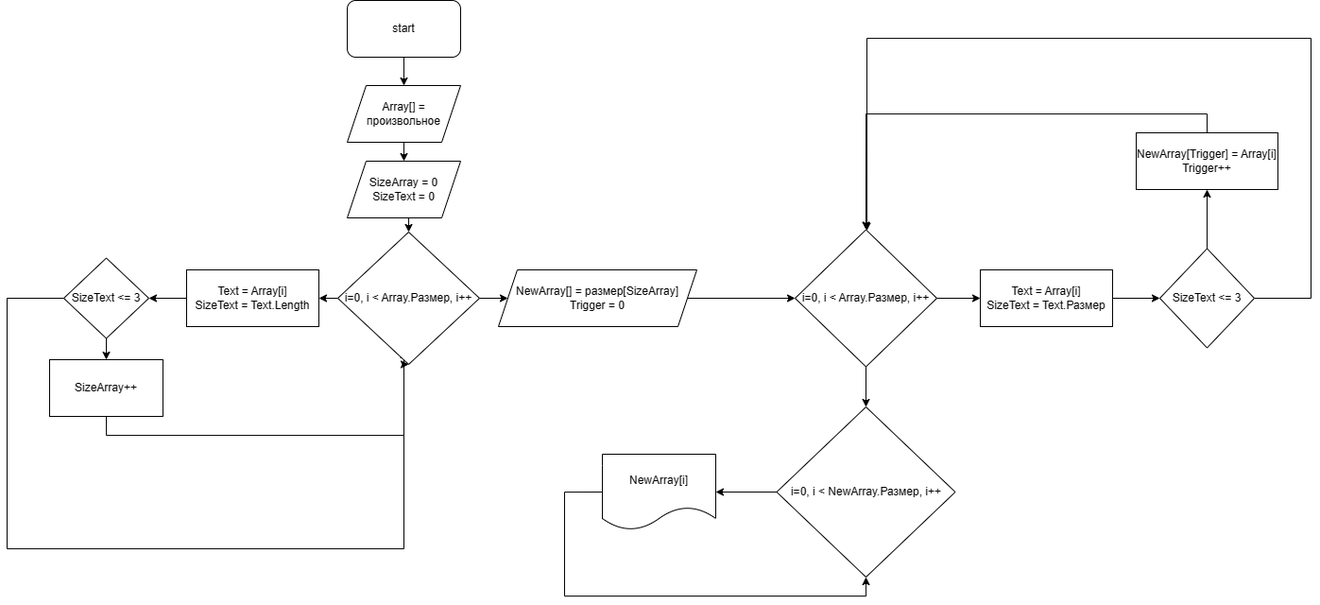
Before: Scheme.png, a diagram exported from draw.io (BlishunAlexandr/Final-test-work-on-the-main-block). Source tidied: cells renumbered, new cells last; positions are measured from the earlier drawing's top-left corner, leaving out a move shared by most shapes.
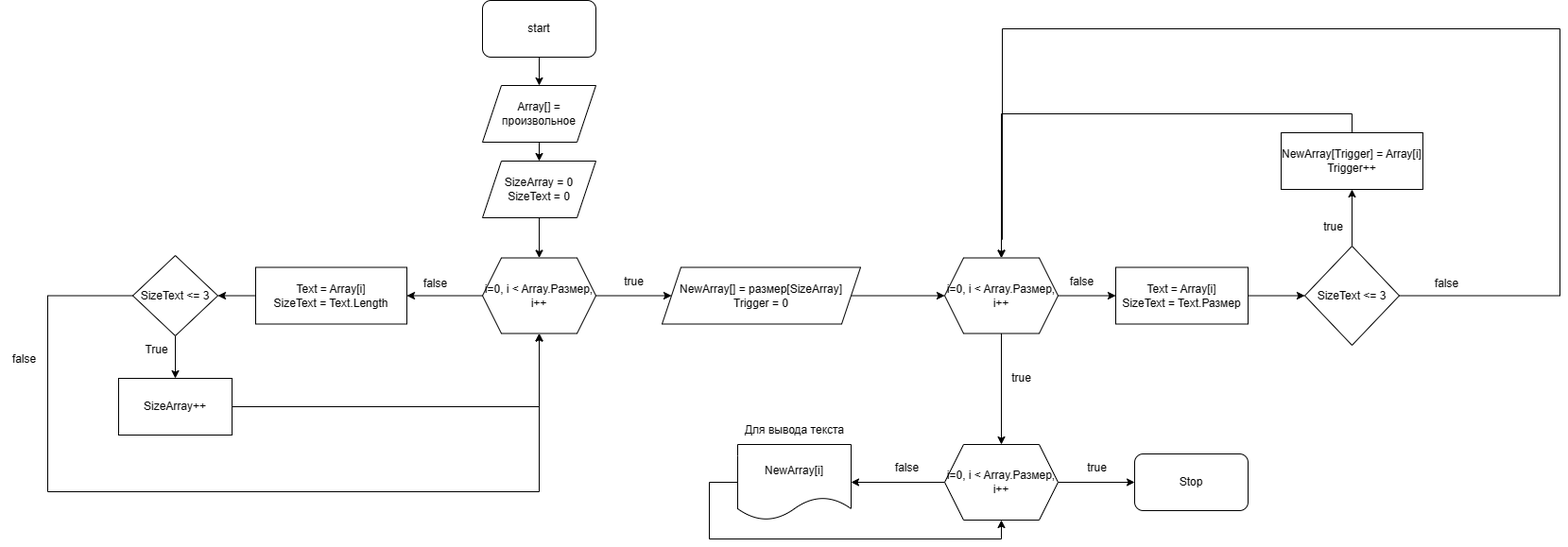
The same file after the commit.

Diff of the diagram source:
```diff
@@ -8,9 +8,9 @@
     <mxCell id="3" value="start" style="rounded=1;whiteSpace=wrap;html=1;" parent="1" vertex="1">
       <mxGeometry x="360" width="120" height="60" as="geometry" />
     </mxCell>
-    <mxCell id="4" style="edgeStyle=orthogonalEdgeStyle;rounded=0;jettySize=auto;html=1;exitX=0.5;exitY=1;exitDx=0;exitDy=0;entryX=0.5;entryY=0;entryDx=0;entryDy=0;" parent="1" edge="1" source="5" target="19">
-      <mxGeometry relative="1" as="geometry" />
-    </mxCell>
+    <mxCell id="34" style="edgeStyle=orthogonalEdgeStyle;rounded=0;jettySize=auto;html=1;exitX=0.5;exitY=1;exitDx=0;exitDy=0;entryX=0.5;entryY=0;entryDx=0;entryDy=0;" parent="1" edge="1" source="5" target="44">
+      <mxGeometry relative="1" as="geometry" />
+    </mxCell>
     <mxCell id="5" value="SizeArray = 0&lt;br&gt;SizeText = 0" style="shape=parallelogram;perimeter=parallelogramPerimeter;whiteSpace=wrap;html=1;fixedSize=1;" parent="1" vertex="1">
       <mxGeometry x="360" y="170" width="120" height="60" as="geometry" />
     </mxCell>
@@ -20,103 +20,142 @@
     <mxCell id="7" value="Array[] = произвольное" style="shape=parallelogram;perimeter=parallelogramPerimeter;whiteSpace=wrap;html=1;fixedSize=1;" parent="1" vertex="1">
       <mxGeometry x="360" y="90" width="120" height="60" as="geometry" />
     </mxCell>
-    <mxCell id="8" style="edgeStyle=orthogonalEdgeStyle;rounded=0;jettySize=auto;html=1;exitX=0;exitY=0.5;exitDx=0;exitDy=0;entryX=1;entryY=0.5;entryDx=0;entryDy=0;" parent="1" edge="1" source="9" target="12">
-      <mxGeometry relative="1" as="geometry" />
-    </mxCell>
-    <mxCell id="9" value="Text = Array[i]&lt;br&gt;SizeText = Text.Length" style="rounded=0;whiteSpace=wrap;html=1;" parent="1" vertex="1">
-      <mxGeometry x="190" y="285" width="140" height="60" as="geometry" />
-    </mxCell>
     <mxCell id="10" style="edgeStyle=orthogonalEdgeStyle;rounded=0;jettySize=auto;html=1;exitX=0.5;exitY=1;exitDx=0;exitDy=0;entryX=0.5;entryY=0;entryDx=0;entryDy=0;" parent="1" edge="1" source="12" target="14">
       <mxGeometry relative="1" as="geometry" />
     </mxCell>
-    <mxCell id="11" style="edgeStyle=orthogonalEdgeStyle;rounded=0;jettySize=auto;html=1;exitX=0;exitY=0.5;exitDx=0;exitDy=0;entryX=0.5;entryY=1;entryDx=0;entryDy=0;" parent="1" edge="1" source="12" target="19">
-      <mxGeometry relative="1" as="geometry">
-        <Array as="points">
-          <mxPoint y="315" />
-          <mxPoint y="580" />
-          <mxPoint x="420" y="580" />
-        </Array>
-      </mxGeometry>
-    </mxCell>
+    <mxCell id="35" style="edgeStyle=orthogonalEdgeStyle;rounded=0;jettySize=auto;html=1;exitX=0;exitY=0.5;exitDx=0;exitDy=0;entryX=0.5;entryY=1;entryDx=0;entryDy=0;" parent="1" edge="1" source="12" target="44">
+      <mxGeometry relative="1" as="geometry">
+        <Array as="points">
+          <mxPoint x="-100" y="313" />
+          <mxPoint x="-100" y="520" />
+          <mxPoint x="420" y="520" />
+        </Array>
+      </mxGeometry>
+    </mxCell>
     <mxCell id="12" value="SizeText &amp;lt;= 3" style="rhombus;whiteSpace=wrap;html=1;" parent="1" vertex="1">
-      <mxGeometry x="60" y="272.5" width="90" height="85" as="geometry" />
+      <mxGeometry x="-10" y="270" width="90" height="85" as="geometry" />
     </mxCell>
-    <mxCell id="13" style="edgeStyle=orthogonalEdgeStyle;rounded=0;jettySize=auto;html=1;exitX=0.5;exitY=1;exitDx=0;exitDy=0;" parent="1" edge="1" source="14">
-      <mxGeometry relative="1" as="geometry">
-        <mxPoint x="420" y="370" as="targetPoint" />
-      </mxGeometry>
-    </mxCell>
+    <mxCell id="36" style="edgeStyle=orthogonalEdgeStyle;rounded=0;jettySize=auto;html=1;entryX=0.5;entryY=1;entryDx=0;entryDy=0;" parent="1" edge="1" source="14" target="44">
+      <mxGeometry relative="1" as="geometry" />
+    </mxCell>
     <mxCell id="14" value="SizeArray++" style="rounded=0;whiteSpace=wrap;html=1;" parent="1" vertex="1">
-      <mxGeometry x="45" y="380" width="120" height="60" as="geometry" />
+      <mxGeometry x="-25" y="400" width="120" height="60" as="geometry" />
     </mxCell>
-    <mxCell id="15" style="edgeStyle=orthogonalEdgeStyle;rounded=0;jettySize=auto;html=1;exitX=1;exitY=0.5;exitDx=0;exitDy=0;entryX=0;entryY=0.5;entryDx=0;entryDy=0;" parent="1" edge="1" source="16" target="22">
-      <mxGeometry relative="1" as="geometry" />
-    </mxCell>
+    <mxCell id="37" style="edgeStyle=orthogonalEdgeStyle;rounded=0;jettySize=auto;html=1;exitX=1;exitY=0.5;exitDx=0;exitDy=0;" parent="1" edge="1" source="16" target="47">
+      <mxGeometry relative="1" as="geometry" />
+    </mxCell>
     <mxCell id="16" value="NewArray[] = размер[SizeArray]&lt;br&gt;Trigger = 0" style="shape=parallelogram;perimeter=parallelogramPerimeter;whiteSpace=wrap;html=1;fixedSize=1;" parent="1" vertex="1">
-      <mxGeometry x="520" y="285" width="210" height="60" as="geometry" />
+      <mxGeometry x="550" y="282.5" width="210" height="60" as="geometry" />
     </mxCell>
-    <mxCell id="17" style="edgeStyle=orthogonalEdgeStyle;rounded=0;jettySize=auto;html=1;exitX=1;exitY=0.5;exitDx=0;exitDy=0;" parent="1" edge="1" source="19" target="16">
-      <mxGeometry relative="1" as="geometry" />
-    </mxCell>
-    <mxCell id="18" style="edgeStyle=orthogonalEdgeStyle;rounded=0;jettySize=auto;html=1;exitX=0;exitY=0.5;exitDx=0;exitDy=0;entryX=1;entryY=0.5;entryDx=0;entryDy=0;" parent="1" edge="1" source="19" target="9">
-      <mxGeometry relative="1" as="geometry" />
-    </mxCell>
-    <mxCell id="19" value="i=0, i &amp;lt; Array.Размер, i++" style="rhombus;whiteSpace=wrap;html=1;" parent="1" vertex="1">
-      <mxGeometry x="350" y="245" width="150" height="140" as="geometry" />
-    </mxCell>
-    <mxCell id="20" style="edgeStyle=orthogonalEdgeStyle;rounded=0;jettySize=auto;html=1;exitX=1;exitY=0.5;exitDx=0;exitDy=0;entryX=0;entryY=0.5;entryDx=0;entryDy=0;" parent="1" edge="1" source="22" target="24">
-      <mxGeometry relative="1" as="geometry" />
-    </mxCell>
-    <mxCell id="21" style="edgeStyle=orthogonalEdgeStyle;rounded=0;jettySize=auto;html=1;exitX=0.5;exitY=1;exitDx=0;exitDy=0;entryX=0.5;entryY=0;entryDx=0;entryDy=0;" parent="1" edge="1" source="22" target="31">
-      <mxGeometry relative="1" as="geometry" />
-    </mxCell>
-    <mxCell id="22" value="i=0, i &amp;lt; Array.Размер, i++" style="rhombus;whiteSpace=wrap;html=1;" parent="1" vertex="1">
-      <mxGeometry x="834" y="242.5" width="150" height="145" as="geometry" />
-    </mxCell>
     <mxCell id="23" style="edgeStyle=orthogonalEdgeStyle;rounded=0;jettySize=auto;html=1;exitX=1;exitY=0.5;exitDx=0;exitDy=0;" parent="1" edge="1" source="24" target="27">
       <mxGeometry relative="1" as="geometry" />
     </mxCell>
     <mxCell id="24" value="Text = Array[i]&lt;br&gt;SizeText = Text.Размер" style="rounded=0;whiteSpace=wrap;html=1;" parent="1" vertex="1">
-      <mxGeometry x="1030" y="285" width="140" height="60" as="geometry" />
+      <mxGeometry x="1030" y="282.5" width="140" height="60" as="geometry" />
     </mxCell>
     <mxCell id="25" style="edgeStyle=orthogonalEdgeStyle;rounded=0;jettySize=auto;html=1;exitX=0.5;exitY=0;exitDx=0;exitDy=0;entryX=0.5;entryY=1;entryDx=0;entryDy=0;" parent="1" edge="1" source="27" target="29">
       <mxGeometry relative="1" as="geometry" />
     </mxCell>
-    <mxCell id="26" style="edgeStyle=orthogonalEdgeStyle;rounded=0;jettySize=auto;html=1;exitX=1;exitY=0.5;exitDx=0;exitDy=0;" parent="1" edge="1" source="27" target="22">
-      <mxGeometry relative="1" as="geometry">
-        <Array as="points">
-          <mxPoint x="1380" y="315" />
-          <mxPoint x="1380" y="40" />
-          <mxPoint x="910" y="40" />
-        </Array>
-      </mxGeometry>
-    </mxCell>
+    <mxCell id="38" style="edgeStyle=orthogonalEdgeStyle;rounded=0;jettySize=auto;html=1;exitX=1;exitY=0.5;exitDx=0;exitDy=0;entryX=0.5;entryY=0;entryDx=0;entryDy=0;" parent="1" edge="1" source="27" target="47">
+      <mxGeometry relative="1" as="geometry">
+        <Array as="points">
+          <mxPoint x="1500" y="313" />
+          <mxPoint x="1500" y="30" />
+          <mxPoint x="910" y="30" />
+          <mxPoint x="910" y="253" />
+          <mxPoint x="909" y="253" />
+        </Array>
+      </mxGeometry>
+    </mxCell>
     <mxCell id="27" value="SizeText &amp;lt;= 3" style="rhombus;whiteSpace=wrap;html=1;" parent="1" vertex="1">
-      <mxGeometry x="1220" y="262.5" width="100" height="105" as="geometry" />
+      <mxGeometry x="1230" y="260" width="100" height="105" as="geometry" />
     </mxCell>
-    <mxCell id="28" style="edgeStyle=orthogonalEdgeStyle;rounded=0;jettySize=auto;html=1;exitX=0.5;exitY=0;exitDx=0;exitDy=0;entryX=0.5;entryY=0;entryDx=0;entryDy=0;" parent="1" edge="1" source="29" target="22">
-      <mxGeometry relative="1" as="geometry" />
-    </mxCell>
+    <mxCell id="39" style="edgeStyle=orthogonalEdgeStyle;rounded=0;jettySize=auto;html=1;exitX=0.5;exitY=0;exitDx=0;exitDy=0;entryX=0.5;entryY=0;entryDx=0;entryDy=0;" parent="1" edge="1" source="29" target="47">
+      <mxGeometry relative="1" as="geometry" />
+    </mxCell>
     <mxCell id="29" value="NewArray[Trigger] = Array[i]&lt;br&gt;Trigger++" style="rounded=0;whiteSpace=wrap;html=1;" parent="1" vertex="1">
-      <mxGeometry x="1195" y="140" width="150" height="60" as="geometry" />
+      <mxGeometry x="1205" y="140" width="150" height="60" as="geometry" />
     </mxCell>
-    <mxCell id="30" style="edgeStyle=orthogonalEdgeStyle;rounded=0;jettySize=auto;html=1;exitX=0;exitY=0.5;exitDx=0;exitDy=0;" parent="1" edge="1" source="31" target="33">
-      <mxGeometry relative="1" as="geometry" />
-    </mxCell>
-    <mxCell id="31" value="i=0, i &amp;lt; NewArray.Размер, i++" style="rhombus;whiteSpace=wrap;html=1;" parent="1" vertex="1">
-      <mxGeometry x="814.5" y="430" width="189" height="180" as="geometry" />
-    </mxCell>
-    <mxCell id="32" style="edgeStyle=orthogonalEdgeStyle;rounded=0;jettySize=auto;html=1;exitX=0;exitY=0.5;exitDx=0;exitDy=0;entryX=0.5;entryY=1;entryDx=0;entryDy=0;" parent="1" edge="1" source="33" target="31">
-      <mxGeometry relative="1" as="geometry">
-        <Array as="points">
-          <mxPoint x="590" y="520" />
-          <mxPoint x="590" y="630" />
-          <mxPoint x="909" y="630" />
-        </Array>
-      </mxGeometry>
-    </mxCell>
+    <mxCell id="40" style="edgeStyle=orthogonalEdgeStyle;rounded=0;jettySize=auto;html=1;exitX=0;exitY=0.5;exitDx=0;exitDy=0;entryX=0.5;entryY=1;entryDx=0;entryDy=0;" parent="1" edge="1" source="33" target="57">
+      <mxGeometry relative="1" as="geometry">
+        <Array as="points">
+          <mxPoint x="600" y="510" />
+          <mxPoint x="600" y="570" />
+          <mxPoint x="909" y="570" />
+        </Array>
+      </mxGeometry>
+    </mxCell>
     <mxCell id="33" value="NewArray[i]" style="shape=document;whiteSpace=wrap;html=1;boundedLbl=1;" parent="1" vertex="1">
-      <mxGeometry x="630" y="480" width="120" height="80" as="geometry" />
+      <mxGeometry x="630" y="470" width="120" height="80" as="geometry" />
     </mxCell>
+    <mxCell id="41" value="false" style="text;html=1;align=center;verticalAlign=middle;strokeColor=none;fillColor=none;" parent="1" vertex="1">
+      <mxGeometry x="285" y="285" width="50" height="30" as="geometry" />
+    </mxCell>
+    <mxCell id="42" style="edgeStyle=orthogonalEdgeStyle;rounded=0;jettySize=auto;html=1;exitX=1;exitY=0.5;exitDx=0;exitDy=0;entryX=0;entryY=0.5;entryDx=0;entryDy=0;" parent="1" edge="1" source="44" target="16">
+      <mxGeometry relative="1" as="geometry" />
+    </mxCell>
+    <mxCell id="43" style="edgeStyle=orthogonalEdgeStyle;rounded=0;jettySize=auto;html=1;exitX=0;exitY=0.5;exitDx=0;exitDy=0;" parent="1" edge="1" source="44" target="9">
+      <mxGeometry relative="1" as="geometry" />
+    </mxCell>
+    <mxCell id="44" value="i=0, i &amp;lt; Array.Размер, i++" style="shape=hexagon;perimeter=hexagonPerimeter2;whiteSpace=wrap;html=1;fixedSize=1;" parent="1" vertex="1">
+      <mxGeometry x="360" y="272.5" width="120" height="80" as="geometry" />
+    </mxCell>
+    <mxCell id="45" style="edgeStyle=orthogonalEdgeStyle;rounded=0;jettySize=auto;html=1;exitX=1;exitY=0.5;exitDx=0;exitDy=0;" parent="1" edge="1" source="47" target="24">
+      <mxGeometry relative="1" as="geometry" />
+    </mxCell>
+    <mxCell id="46" style="edgeStyle=orthogonalEdgeStyle;rounded=0;jettySize=auto;html=1;exitX=0.5;exitY=1;exitDx=0;exitDy=0;entryX=0.5;entryY=0;entryDx=0;entryDy=0;" parent="1" edge="1" source="47" target="57">
+      <mxGeometry relative="1" as="geometry" />
+    </mxCell>
+    <mxCell id="47" value="i=0, i &amp;lt; Array.Размер, i++" style="shape=hexagon;perimeter=hexagonPerimeter2;whiteSpace=wrap;html=1;fixedSize=1;" parent="1" vertex="1">
+      <mxGeometry x="849" y="272.5" width="120" height="80" as="geometry" />
+    </mxCell>
+    <mxCell id="8" style="edgeStyle=orthogonalEdgeStyle;rounded=0;jettySize=auto;html=1;exitX=0;exitY=0.5;exitDx=0;exitDy=0;" parent="1" edge="1" source="9" target="12">
+      <mxGeometry relative="1" as="geometry" />
+    </mxCell>
+    <mxCell id="9" value="Text = Array[i]&lt;br style=&quot;border-color: var(--border-color);&quot;&gt;SizeText = Text.Length" style="rounded=0;whiteSpace=wrap;html=1;" parent="1" vertex="1">
+      <mxGeometry x="120" y="282.5" width="160" height="60" as="geometry" />
+    </mxCell>
+    <mxCell id="48" value="True" style="text;html=1;align=center;verticalAlign=middle;strokeColor=none;fillColor=none;" parent="1" vertex="1">
+      <mxGeometry x="-10" y="355" width="50" height="30" as="geometry" />
+    </mxCell>
+    <mxCell id="49" value="false" style="text;html=1;align=center;verticalAlign=middle;strokeColor=none;fillColor=none;" parent="1" vertex="1">
+      <mxGeometry x="-150" y="365" width="50" height="30" as="geometry" />
+    </mxCell>
+    <mxCell id="50" value="true" style="text;html=1;align=center;verticalAlign=middle;strokeColor=none;fillColor=none;" parent="1" vertex="1">
+      <mxGeometry x="500" y="282.5" width="40" height="30" as="geometry" />
+    </mxCell>
+    <mxCell id="51" value="false" style="text;html=1;align=center;verticalAlign=middle;strokeColor=none;fillColor=none;" parent="1" vertex="1">
+      <mxGeometry x="969" y="282.5" width="50" height="30" as="geometry" />
+    </mxCell>
+    <mxCell id="52" value="true" style="text;html=1;align=center;verticalAlign=middle;strokeColor=none;fillColor=none;" parent="1" vertex="1">
+      <mxGeometry x="1240" y="225" width="40" height="30" as="geometry" />
+    </mxCell>
+    <mxCell id="53" value="false" style="text;html=1;align=center;verticalAlign=middle;strokeColor=none;fillColor=none;" parent="1" vertex="1">
+      <mxGeometry x="1355" y="285" width="50" height="30" as="geometry" />
+    </mxCell>
+    <mxCell id="54" value="true" style="text;html=1;align=center;verticalAlign=middle;strokeColor=none;fillColor=none;" parent="1" vertex="1">
+      <mxGeometry x="910" y="385" width="40" height="30" as="geometry" />
+    </mxCell>
+    <mxCell id="55" style="edgeStyle=orthogonalEdgeStyle;rounded=0;jettySize=auto;html=1;exitX=0;exitY=0.5;exitDx=0;exitDy=0;" parent="1" edge="1" source="57" target="33">
+      <mxGeometry relative="1" as="geometry" />
+    </mxCell>
+    <mxCell id="56" style="edgeStyle=orthogonalEdgeStyle;rounded=0;jettySize=auto;html=1;exitX=1;exitY=0.5;exitDx=0;exitDy=0;entryX=0;entryY=0.5;entryDx=0;entryDy=0;" parent="1" edge="1" source="57" target="59">
+      <mxGeometry relative="1" as="geometry" />
+    </mxCell>
+    <mxCell id="57" value="i=0, i &amp;lt; Array.Размер, i++" style="shape=hexagon;perimeter=hexagonPerimeter2;whiteSpace=wrap;html=1;fixedSize=1;" parent="1" vertex="1">
+      <mxGeometry x="849" y="470" width="120" height="80" as="geometry" />
+    </mxCell>
+    <mxCell id="58" value="Для вывода текста" style="text;html=1;align=center;verticalAlign=middle;strokeColor=none;fillColor=none;" parent="1" vertex="1">
+      <mxGeometry x="625" y="440" width="130" height="30" as="geometry" />
+    </mxCell>
+    <mxCell id="59" value="Stop" style="rounded=1;whiteSpace=wrap;html=1;" parent="1" vertex="1">
+      <mxGeometry x="1050" y="480" width="120" height="60" as="geometry" />
+    </mxCell>
+    <mxCell id="60" value="false" style="text;html=1;align=center;verticalAlign=middle;strokeColor=none;fillColor=none;" parent="1" vertex="1">
+      <mxGeometry x="784" y="480" width="50" height="30" as="geometry" />
+    </mxCell>
+    <mxCell id="61" value="true" style="text;html=1;align=center;verticalAlign=middle;strokeColor=none;fillColor=none;" parent="1" vertex="1">
+      <mxGeometry x="990" y="480" width="40" height="30" as="geometry" />
+    </mxCell>
   </root>
 </mxGraphModel>
```
